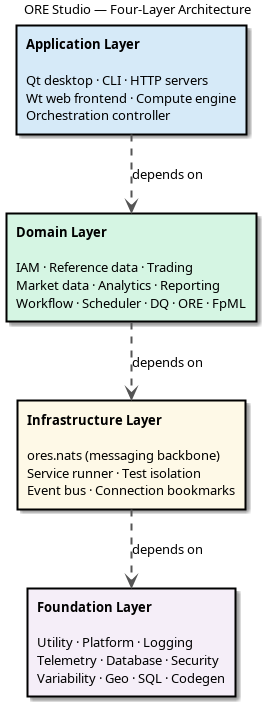
Earlier version of the PlantUML export projects/modeling/architecture_layers.png (OreStudio/OreStudio). Its source is kept beside it as projects/modeling/architecture_layers.puml.
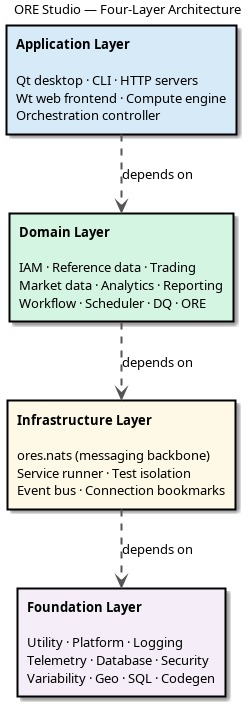
After the change.

The edit, as a diff of the source:
```diff
@@ -10,7 +10,7 @@
 title ORE Studio — Four-Layer Architecture
 
 rectangle "**Application Layer**\n\nQt desktop · CLI · HTTP servers\nWt web frontend · Compute engine\nOrchestration controller" as APP #D6EAF8
-rectangle "**Domain Layer**\n\nIAM · Reference data · Trading\nMarket data · Analytics · Reporting\nWorkflow · Scheduler · DQ · ORE · FpML" as DOM #D5F5E3
+rectangle "**Domain Layer**\n\nIAM · Reference data · Trading\nMarket data · Analytics · Reporting\nWorkflow · Scheduler · DQ · ORE" as DOM #D5F5E3
 rectangle "**Infrastructure Layer**\n\nores.nats (messaging backbone)\nService runner · Test isolation\nEvent bus · Connection bookmarks" as INFRA #FEF9E7
 rectangle "**Foundation Layer**\n\nUtility · Platform · Logging\nTelemetry · Database · Security\nVariability · Geo · SQL · Codegen" as FOUND #F5EEF8
 
```
